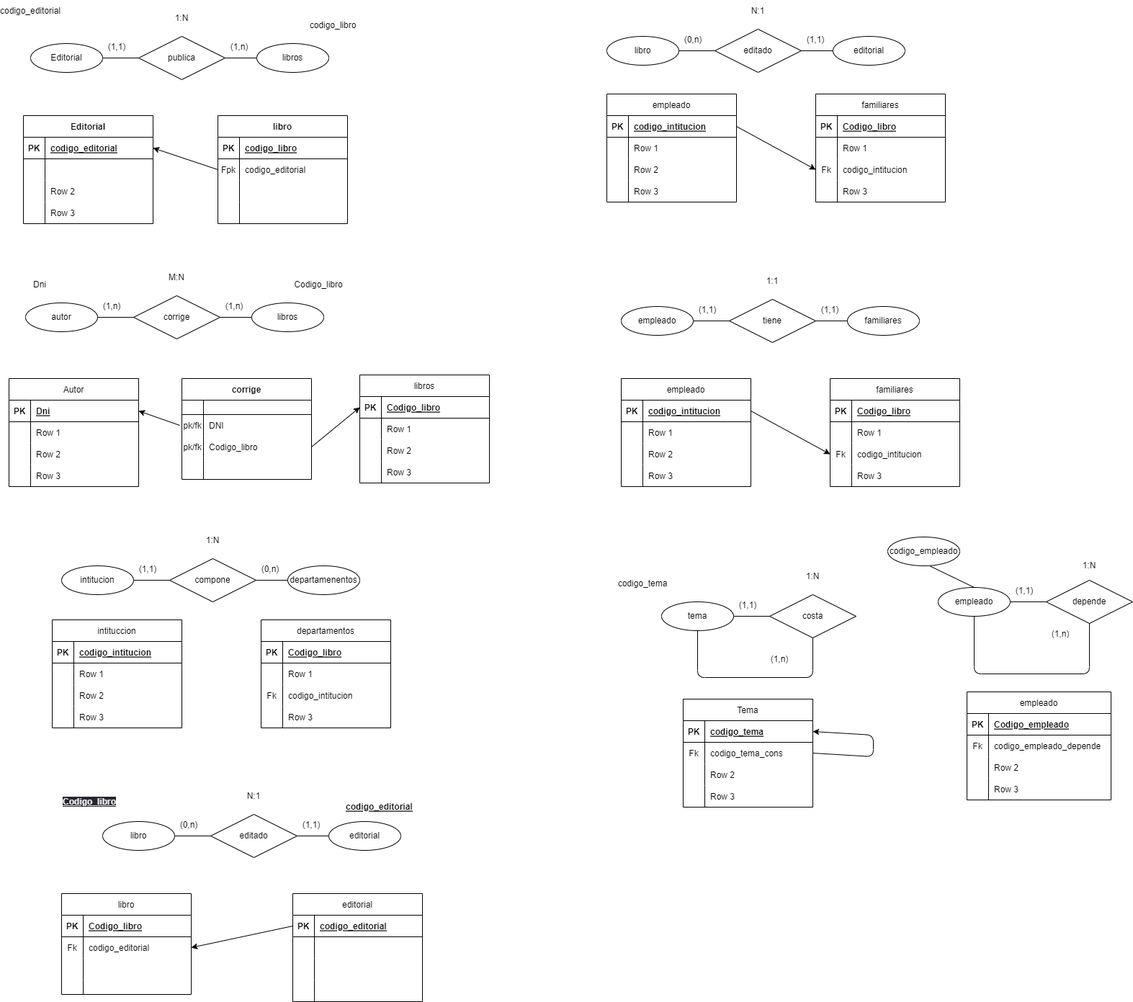
Above: Tema2/Ejercicios/cardinalidad/pasotabla/cardinalidad.drawio.png in Joseman2000LR/Bae (draw.io), before the change. Source tidied: cells renumbered, new cells last; positions are measured from the earlier drawing's top-left corner, leaving out a move shared by most shapes.
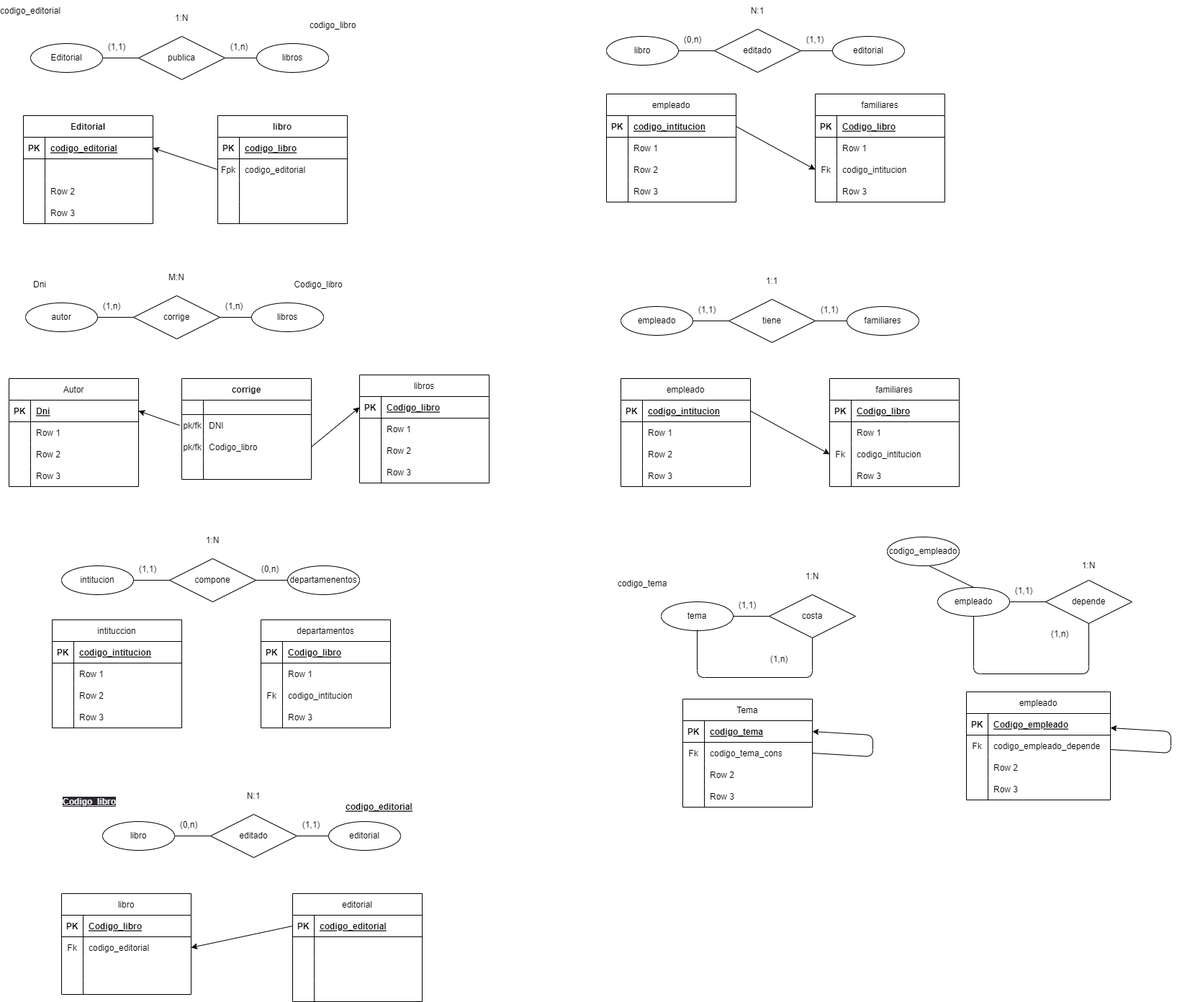
After the commit.

What changed in the source:
```diff
@@ -838,5 +838,15 @@
     <mxCell id="274" value="codigo_tema" style="text;html=1;strokeColor=none;fillColor=none;align=center;verticalAlign=middle;whiteSpace=wrap;rounded=0;" parent="1" vertex="1">
       <mxGeometry x="850" y="795" width="60" height="30" as="geometry" />
     </mxCell>
+    <mxCell id="275" style="endArrow=classic;html=1;exitX=1;exitY=0.5;exitDx=0;exitDy=0;entryX=1;entryY=0.5;entryDx=0;entryDy=0;" parent="1" edge="1">
+      <mxGeometry relative="1" as="geometry">
+        <mxPoint x="1530" y="1040" as="sourcePoint" />
+        <mxPoint x="1530" y="1010" as="targetPoint" />
+        <Array as="points">
+          <mxPoint x="1614" y="1045" />
+          <mxPoint x="1614" y="1015" />
+        </Array>
+      </mxGeometry>
+    </mxCell>
   </root>
 </mxGraphModel>
```
